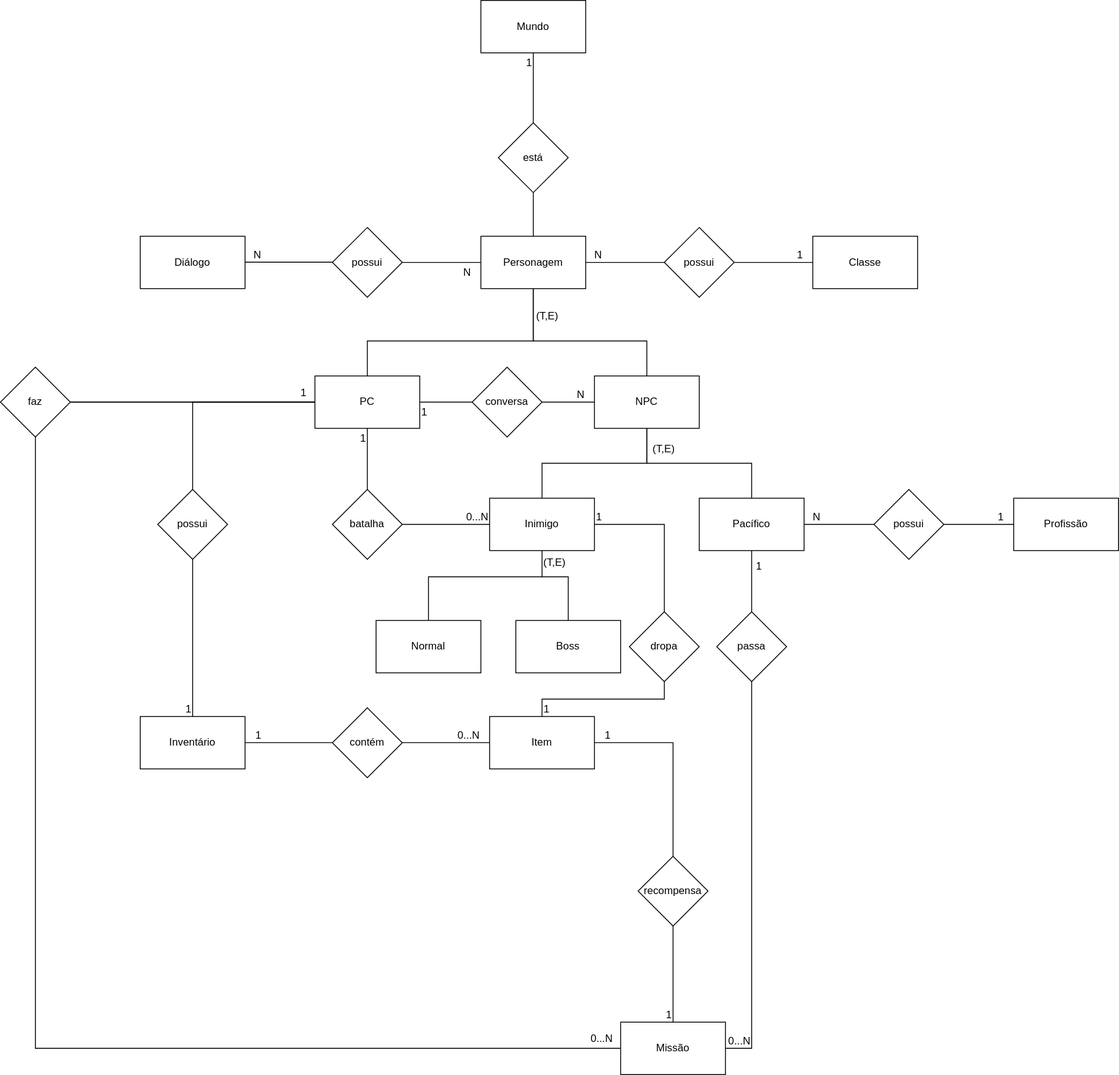
Earlier version of the draw.io export docs/modulo_01/DER.drawio.svg (SBD1/2024.2-D-D-classico). Source tidied: cells renumbered, new cells last; positions are measured from the earlier drawing's top-left corner, leaving out a move shared by most shapes.
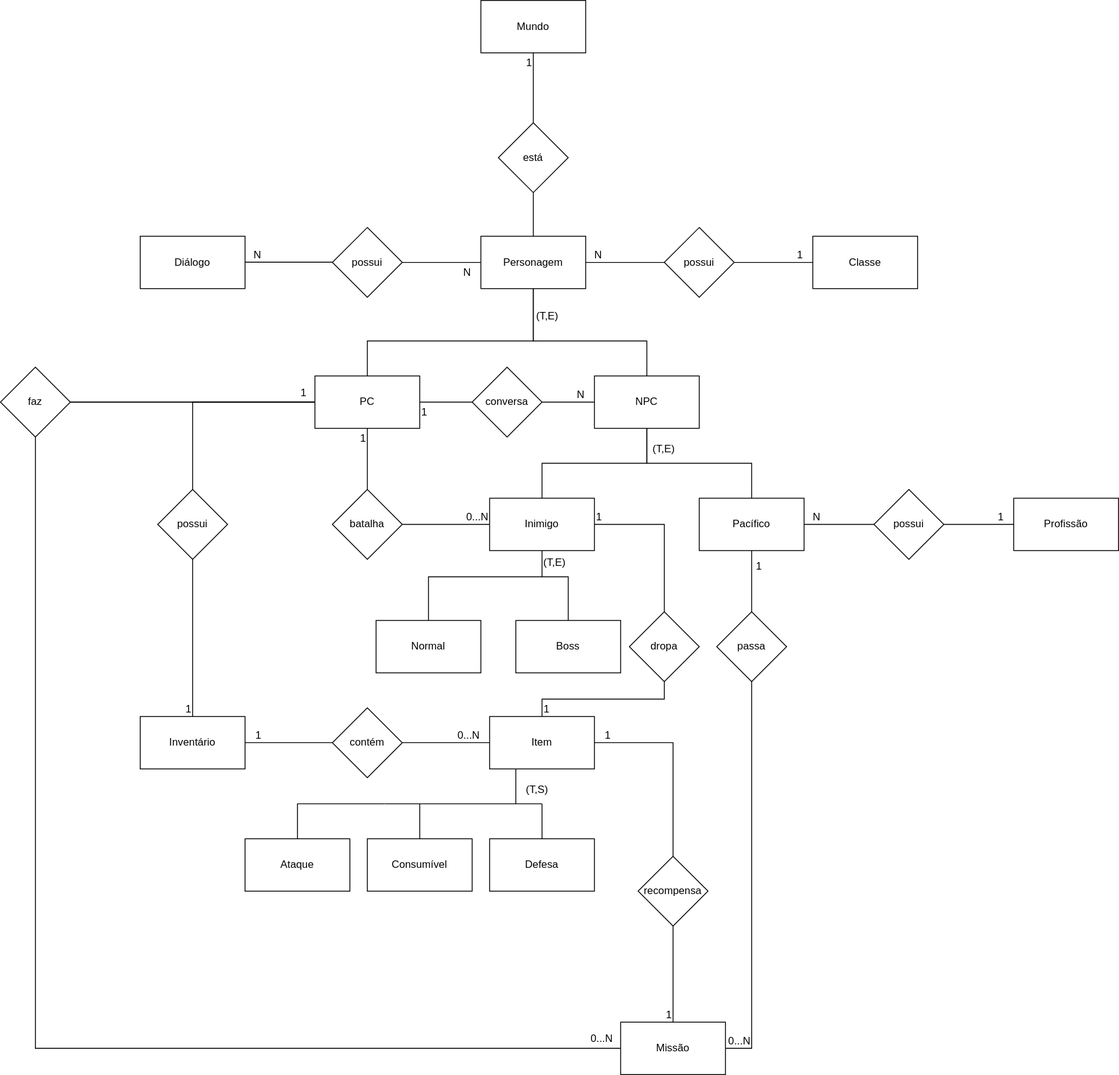
Later version of the same file.

Commit message:
adiciona tipos de itens

What changed in the source:
```diff
@@ -319,5 +319,56 @@
     <mxCell id="84" value="(T,E)" style="text;whiteSpace=wrap;html=1;" parent="1" vertex="1">
       <mxGeometry x="620" y="630" width="60" height="30" as="geometry" />
     </mxCell>
+    <mxCell id="85" value="Consumível" style="whiteSpace=wrap;html=1;rounded=0;" parent="1" vertex="1">
+      <mxGeometry x="420" y="960" width="120" height="60" as="geometry" />
+    </mxCell>
+    <mxCell id="86" value="Defesa" style="whiteSpace=wrap;html=1;rounded=0;" parent="1" vertex="1">
+      <mxGeometry x="560" y="960" width="120" height="60" as="geometry" />
+    </mxCell>
+    <mxCell id="87" style="endArrow=none;html=1;rounded=0;exitX=0.25;exitY=1;exitDx=0;exitDy=0;" parent="1" edge="1" source="25">
+      <mxGeometry relative="1" as="geometry">
+        <mxPoint x="590" y="920" as="targetPoint" />
+        <Array as="points">
+          <mxPoint x="590" y="900" />
+        </Array>
+      </mxGeometry>
+    </mxCell>
+    <mxCell id="88" style="endArrow=none;html=1;rounded=0;" parent="1" edge="1">
+      <mxGeometry relative="1" as="geometry">
+        <mxPoint x="440" y="920" as="sourcePoint" />
+        <mxPoint x="620" y="920" as="targetPoint" />
+        <Array as="points">
+          <mxPoint x="620" y="920" />
+        </Array>
+      </mxGeometry>
+    </mxCell>
+    <mxCell id="89" style="endArrow=none;html=1;rounded=0;exitX=0.5;exitY=0;exitDx=0;exitDy=0;" parent="1" edge="1" source="85">
+      <mxGeometry relative="1" as="geometry">
+        <mxPoint x="480" y="920" as="targetPoint" />
+      </mxGeometry>
+    </mxCell>
+    <mxCell id="90" style="endArrow=none;html=1;rounded=0;entryX=0.5;entryY=0;entryDx=0;entryDy=0;" parent="1" edge="1" target="86">
+      <mxGeometry relative="1" as="geometry">
+        <mxPoint x="620" y="920" as="sourcePoint" />
+        <Array as="points">
+          <mxPoint x="620" y="920" />
+        </Array>
+      </mxGeometry>
+    </mxCell>
+    <mxCell id="91" value="Ataque" style="whiteSpace=wrap;html=1;rounded=0;" parent="1" vertex="1">
+      <mxGeometry x="280" y="960" width="120" height="60" as="geometry" />
+    </mxCell>
+    <mxCell id="92" style="endArrow=none;html=1;rounded=0;exitX=0.5;exitY=0;exitDx=0;exitDy=0;" parent="1" edge="1" source="91">
+      <mxGeometry relative="1" as="geometry">
+        <mxPoint x="340" y="920" as="targetPoint" />
+        <Array as="points">
+          <mxPoint x="340" y="920" />
+          <mxPoint x="440" y="920" />
+        </Array>
+      </mxGeometry>
+    </mxCell>
+    <mxCell id="93" value="(T,S)" style="text;whiteSpace=wrap;html=1;" parent="1" vertex="1">
+      <mxGeometry x="600" y="890" width="60" height="30" as="geometry" />
+    </mxCell>
   </root>
 </mxGraphModel>
```
